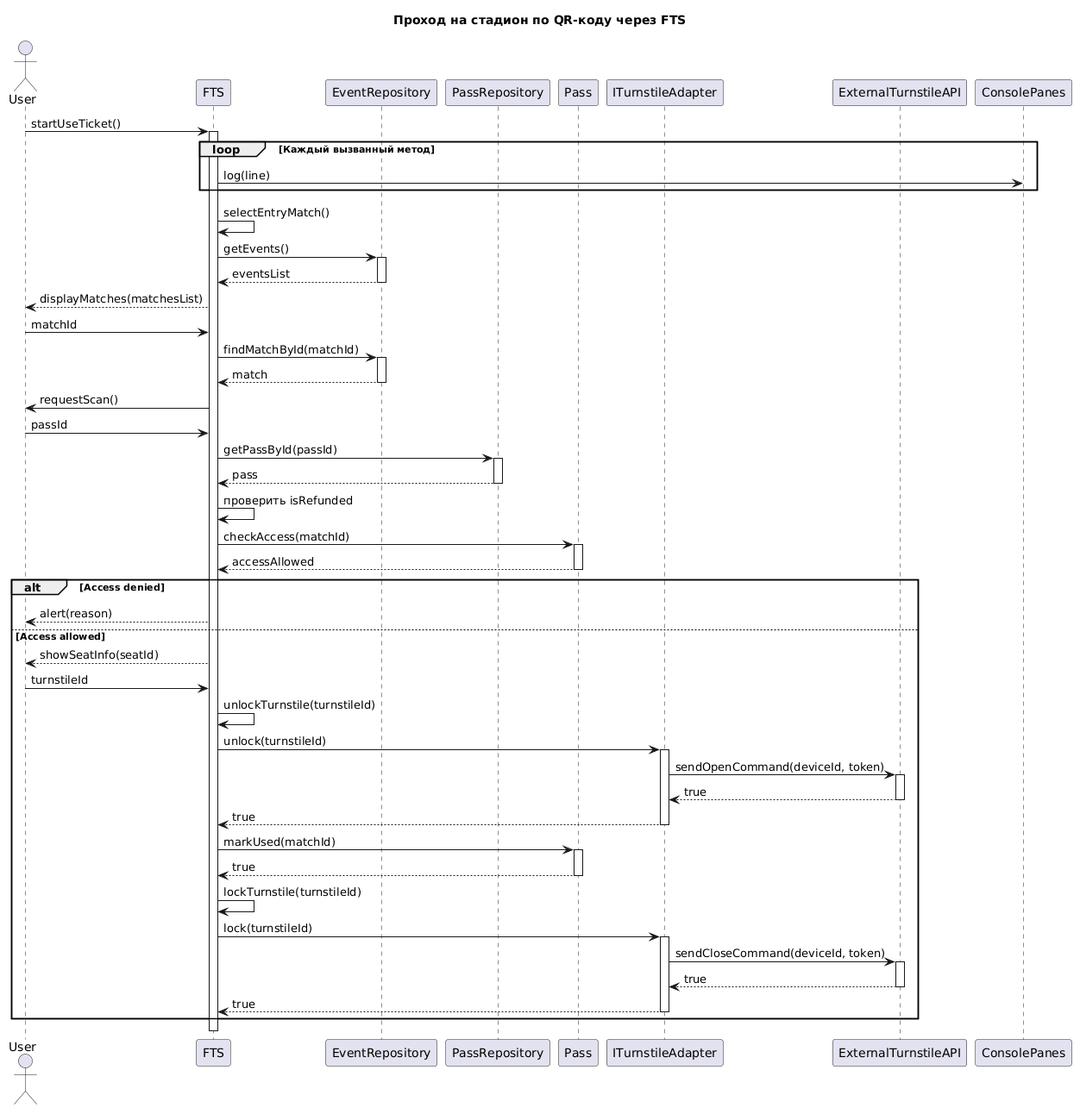
The PlantUML diagram source/Диаграмма последовательности - Проход на стадион по QR-коду.png in penamarth/bsbo-11-24_team5_var10_football, before a commit.
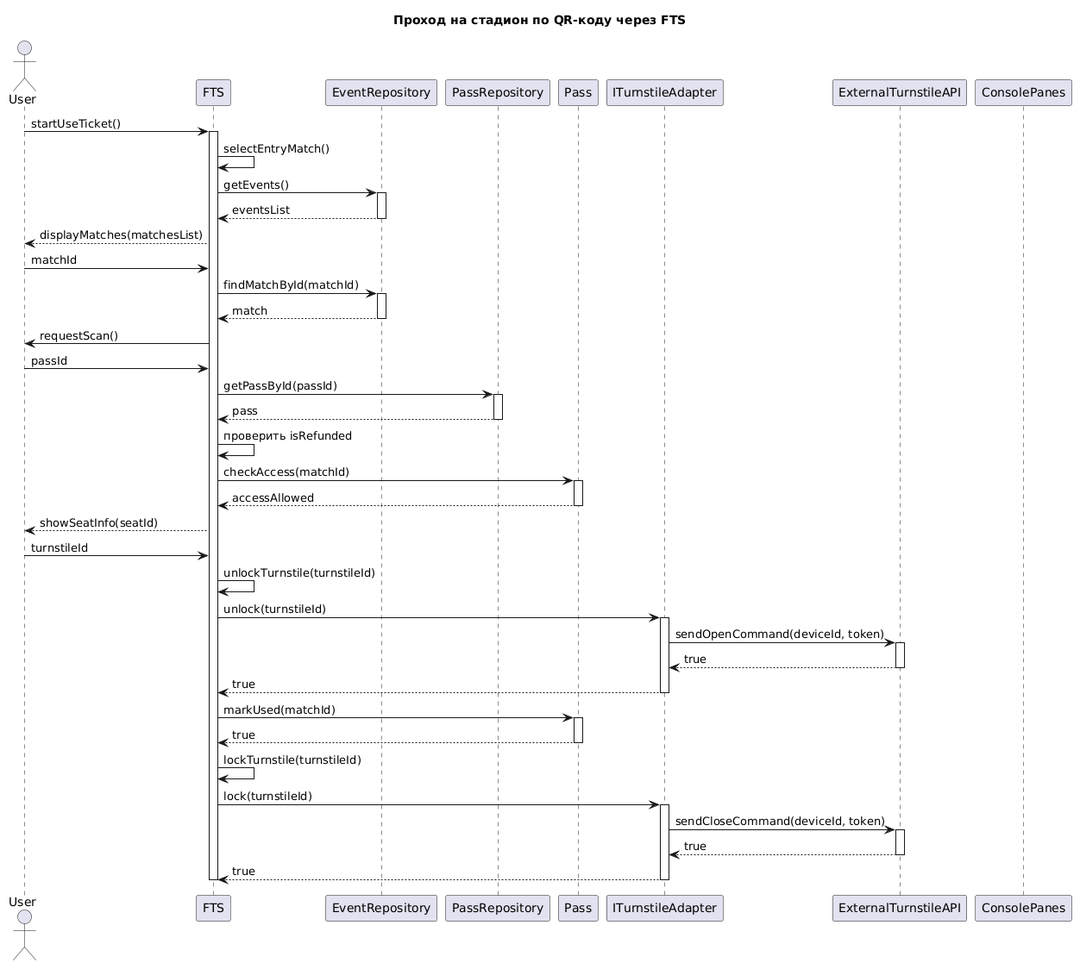
The same diagram one commit later.

The edit, as a diff of the source:
```diff
@@ -12,10 +12,6 @@
 
 User -> FTS : startUseTicket()
 activate FTS
-
-loop Каждый вызванный метод
-    FTS -> Panes : log(line)
-end
 
 FTS -> FTS : selectEntryMatch()
 FTS -> EventRepository : getEvents()
@@ -43,9 +39,6 @@
 Pass --> FTS : accessAllowed
 deactivate Pass
 
-alt Access denied
-    FTS --> User : alert(reason)
-else Access allowed
     FTS --> User : showSeatInfo(seatId)
     User -> FTS : turnstileId
 
@@ -73,7 +66,6 @@
     deactivate External
     Adapter --> FTS : true
     deactivate Adapter
-end
 
 deactivate FTS
 @enduml
```
